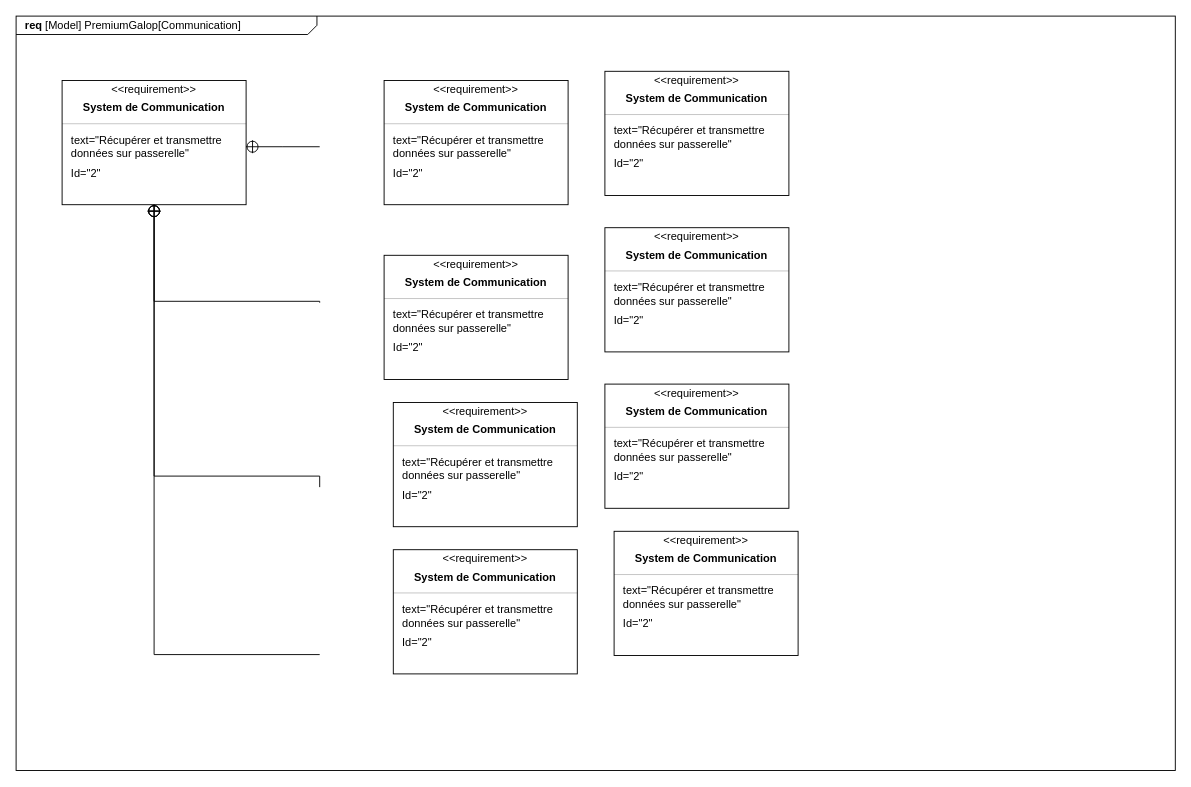
The draw.io diagram SYSML/Req_communication.drawio in ToGen49/Hippodrome, before the edit. Source tidied: cells renumbered, new cells numbered last; positions are measured from the earlier drawing's top-left corner, leaving out a move shared by most shapes. Both pictures are drawn from the tidied source at 92%, with x=0, y=0 at pixel (16, 16).
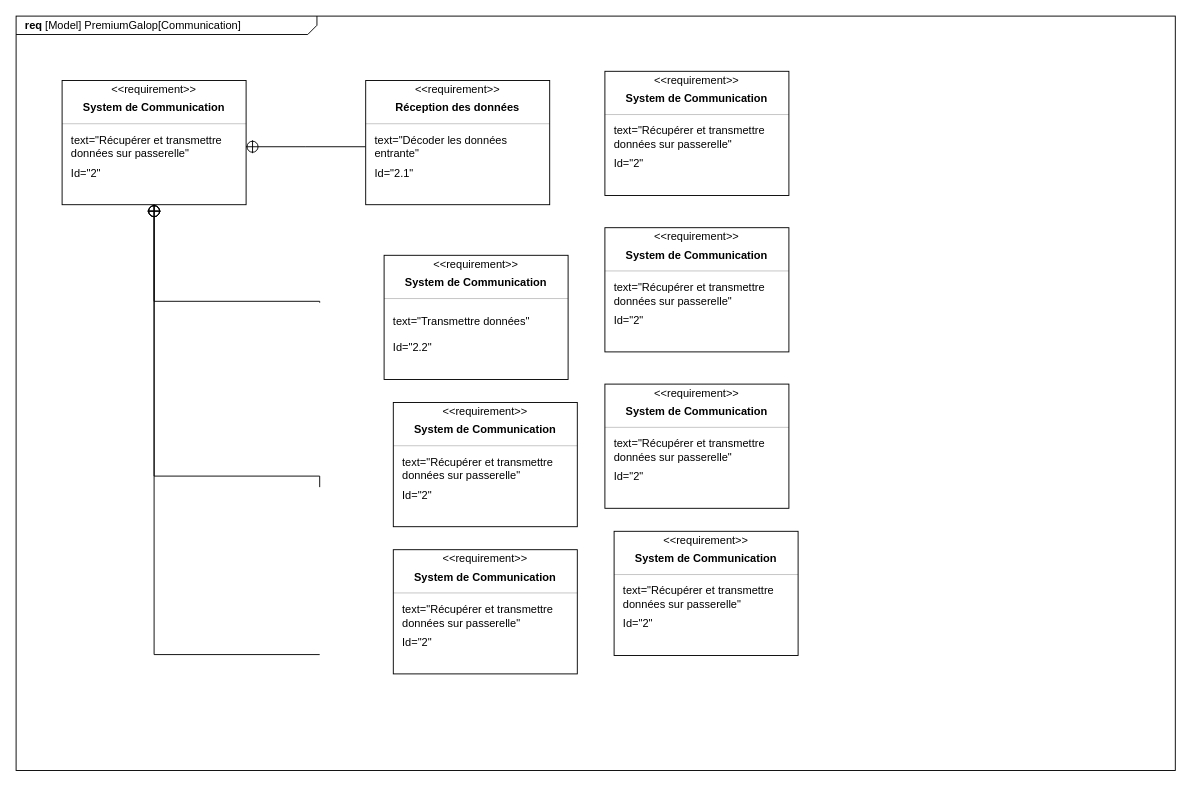
Above is the later version.

Commit message (it also covers changes not shown here):
Mettre à jour Req_communication.drawio

Unchanged cells that the change refers to:
```xml
<mxCell id="7" value="text=&quot;Récupérer et transmettre données sur passerelle&quot;" style="html=1;align=left;spacing=0;verticalAlign=middle;strokeColor=none;fillColor=none;whiteSpace=wrap;spacingLeft=10;" parent="3" vertex="1">
  <mxGeometry y="51" width="200" height="42" as="geometry" />
</mxCell>
<mxCell id="21" style="fontStyle=1;align=center;verticalAlign=middle;horizontal=1;" parent="1" vertex="1">
  <mxGeometry x="400" y="260" width="200" height="135" as="geometry" />
</mxCell>
```

The edit, as a diff of the source:
```diff
@@
-    <mxCell id="10" style="rounded=0;html=1;labelBackgroundColor=none;endArrow=none;edgeStyle=elbowEdgeStyle;elbow=vertical;startArrow=sysMLPackCont;startSize=12;exitX=1;exitY=0.5;exitDx=0;exitDy=0;entryX=0;entryY=0.5;entryDx=0;entryDy=0;" parent="1" edge="1" source="7">
-      <mxGeometry relative="1" as="geometry">
-        <mxPoint x="330" y="142" as="targetPoint" />
-      </mxGeometry>
+    <mxCell id="10" style="rounded=0;html=1;labelBackgroundColor=none;endArrow=none;edgeStyle=elbowEdgeStyle;elbow=vertical;startArrow=sysMLPackCont;startSize=12;exitX=1;exitY=0.5;exitDx=0;exitDy=0;entryX=0;entryY=0.5;entryDx=0;entryDy=0;" parent="1" edge="1" source="7" target="18">
+      <mxGeometry relative="1" as="geometry" />
     </mxCell>
@@
     <mxCell id="14" style="fontStyle=1;align=center;verticalAlign=middle;horizontal=1;" parent="1" vertex="1">
-      <mxGeometry x="400" y="70" width="200" height="135" as="geometry" />
+      <mxGeometry x="380" y="70" width="200" height="135" as="geometry" />
     </mxCell>
@@
-    <mxCell id="16" value="System de Communication" style="html=1;align=center;spacing=0;verticalAlign=middle;strokeColor=none;fillColor=none;whiteSpace=wrap;fontStyle=1;" parent="14" vertex="1">
+    <mxCell id="16" value="Réception des données" style="html=1;align=center;spacing=0;verticalAlign=middle;strokeColor=none;fillColor=none;whiteSpace=wrap;fontStyle=1;" parent="14" vertex="1">
       <mxGeometry y="16" width="200" height="27" as="geometry" />
     </mxCell>
@@
-    <mxCell id="18" value="text=&quot;Récupérer et transmettre données sur passerelle&quot;" style="html=1;align=left;spacing=0;verticalAlign=middle;strokeColor=none;fillColor=none;whiteSpace=wrap;spacingLeft=10;" parent="14" vertex="1">
+    <mxCell id="18" value="text=&quot;Décoder les données entrante&quot;" style="html=1;align=left;spacing=0;verticalAlign=middle;strokeColor=none;fillColor=none;whiteSpace=wrap;spacingLeft=10;" parent="14" vertex="1">
       <mxGeometry y="51" width="200" height="42" as="geometry" />
     </mxCell>
-    <mxCell id="19" value="Id=&quot;2&lt;span style=&quot;background-color: transparent; color: light-dark(rgb(0, 0, 0), rgb(255, 255, 255));&quot;&gt;&quot;&lt;/span&gt;" style="html=1;align=left;spacing=0;verticalAlign=middle;strokeColor=none;fillColor=none;whiteSpace=wrap;spacingLeft=10;" parent="14" vertex="1">
+    <mxCell id="19" value="Id=&quot;2.1&lt;span style=&quot;background-color: transparent; color: light-dark(rgb(0, 0, 0), rgb(255, 255, 255));&quot;&gt;&quot;&lt;/span&gt;" style="html=1;align=left;spacing=0;verticalAlign=middle;strokeColor=none;fillColor=none;whiteSpace=wrap;spacingLeft=10;" parent="14" vertex="1">
       <mxGeometry y="93" width="200" height="16" as="geometry" />
     </mxCell>
@@
-    <mxCell id="25" value="text=&quot;Récupérer et transmettre données sur passerelle&quot;" style="html=1;align=left;spacing=0;verticalAlign=middle;strokeColor=none;fillColor=none;whiteSpace=wrap;spacingLeft=10;" parent="21" vertex="1">
+    <mxCell id="25" value="text=&quot;Transmettre données&quot;" style="html=1;align=left;spacing=0;verticalAlign=middle;strokeColor=none;fillColor=none;whiteSpace=wrap;spacingLeft=10;" parent="21" vertex="1">
       <mxGeometry y="51" width="200" height="42" as="geometry" />
     </mxCell>
-    <mxCell id="26" value="Id=&quot;2&lt;span style=&quot;background-color: transparent; color: light-dark(rgb(0, 0, 0), rgb(255, 255, 255));&quot;&gt;&quot;&lt;/span&gt;" style="html=1;align=left;spacing=0;verticalAlign=middle;strokeColor=none;fillColor=none;whiteSpace=wrap;spacingLeft=10;" parent="21" vertex="1">
+    <mxCell id="26" value="Id=&quot;2.2&lt;span style=&quot;background-color: transparent; color: light-dark(rgb(0, 0, 0), rgb(255, 255, 255));&quot;&gt;&quot;&lt;/span&gt;" style="html=1;align=left;spacing=0;verticalAlign=middle;strokeColor=none;fillColor=none;whiteSpace=wrap;spacingLeft=10;" parent="21" vertex="1">
       <mxGeometry y="93" width="200" height="16" as="geometry" />
     </mxCell>
```
